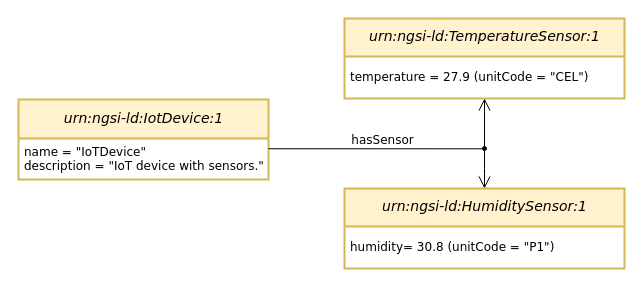
Before: page "instance" (2 of 3) of resources/images/iot-sensors-information-model.drawio in giros-dit/ngsi-ld-client-tester, a draw.io diagram. Source tidied: cells renumbered, new cells numbered last; positions are measured from the earlier drawing's top-left corner, leaving out a move shared by most shapes. Both pictures are drawn from the tidied source at 100%, with x=0, y=0 at pixel (18, 18).
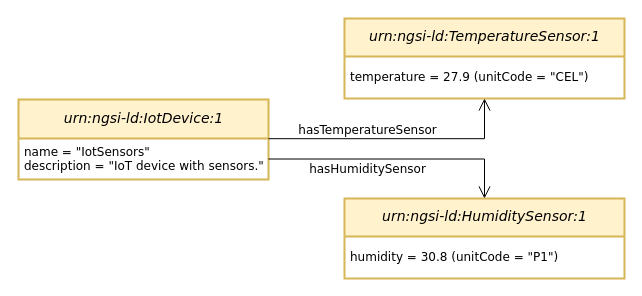
Above is the later version.

The edit, as a diff of the source:
```diff
@@
 <mxGraphModel>
   <root>
     <mxCell id="0" />
     <mxCell id="1" parent="0" />
     <mxCell id="2" value="&lt;i style=&quot;&quot;&gt;&lt;font face=&quot;Verdana&quot;&gt;urn:ngsi-ld:IotDevice:1&lt;/font&gt;&lt;/i&gt;" style="swimlane;horizontal=1;startSize=39;rounded=0;fontSize=14;fontStyle=0;strokeWidth=2;shadow=0;dashed=0;align=center;fillColor=#fff2cc;strokeColor=#d6b656;arcSize=19;spacingBottom=2;html=1;" parent="1" vertex="1">
       <mxGeometry y="81" width="250" height="80" as="geometry" />
     </mxCell>
-    <mxCell id="3" value="name = &quot;IoTDevice&quot;&lt;br&gt;description = &quot;IoT device with sensors.&lt;span style=&quot;background-color: initial;&quot;&gt;&quot;&lt;/span&gt;" style="align=left;strokeColor=none;fillColor=none;spacingLeft=4;fontSize=12;verticalAlign=top;html=1;fontFamily=Verdana;" parent="2" vertex="1">
+    <mxCell id="3" value="name = &quot;IotSensors&quot;&lt;br&gt;description = &quot;IoT device with sensors.&lt;span style=&quot;background-color: initial;&quot;&gt;&quot;&lt;/span&gt;" style="align=left;strokeColor=none;fillColor=none;spacingLeft=4;fontSize=12;verticalAlign=top;html=1;fontFamily=Verdana;" parent="2" vertex="1">
       <mxGeometry y="39" width="250" height="41" as="geometry" />
     </mxCell>
     <mxCell id="4" value="&lt;i style=&quot;border-color: var(--border-color);&quot;&gt;&lt;font face=&quot;Verdana&quot;&gt;urn:ngsi-ld:TemperatureSensor:1&lt;/font&gt;&lt;/i&gt;" style="swimlane;horizontal=1;startSize=38;rounded=0;fontSize=14;fontStyle=2;strokeWidth=2;shadow=0;dashed=0;align=center;fillColor=#fff2cc;strokeColor=#d6b656;spacingBottom=2;arcSize=19;fixDash=0;backgroundOutline=0;enumerate=0;noLabel=0;html=1;" parent="1" vertex="1">
       <mxGeometry x="326" width="280" height="80" as="geometry" />
     </mxCell>
     <mxCell id="5" value="temperature =&amp;nbsp;27.9 (unitCode = &quot;CEL&quot;)" style="align=left;strokeColor=none;fillColor=none;spacingLeft=4;fontSize=12;verticalAlign=middle;spacingBottom=0;html=1;fontFamily=Verdana;spacing=2;horizontal=1;" parent="4" vertex="1">
       <mxGeometry y="38" width="280" height="42" as="geometry" />
     </mxCell>
     <mxCell id="6" value="&lt;i style=&quot;border-color: var(--border-color);&quot;&gt;&lt;font face=&quot;Verdana&quot;&gt;urn:ngsi-ld:HumiditySensor:1&lt;/font&gt;&lt;/i&gt;" style="swimlane;horizontal=1;startSize=38;rounded=0;fontSize=14;fontStyle=2;strokeWidth=2;shadow=0;dashed=0;align=center;fillColor=#fff2cc;strokeColor=#d6b656;spacingBottom=2;arcSize=19;fixDash=0;backgroundOutline=0;enumerate=0;noLabel=0;html=1;" parent="1" vertex="1">
-      <mxGeometry x="326" y="170" width="280" height="80" as="geometry" />
+      <mxGeometry x="326" y="180" width="280" height="80" as="geometry" />
     </mxCell>
-    <mxCell id="7" value="humidity=&amp;nbsp;30.8 (unitCode = &quot;P1&quot;)" style="align=left;strokeColor=none;fillColor=none;spacingLeft=4;fontSize=12;verticalAlign=middle;spacingBottom=0;html=1;fontFamily=Verdana;spacing=2;horizontal=1;" parent="6" vertex="1">
+    <mxCell id="7" value="humidity = 30.8 (unitCode = &quot;P1&quot;)" style="align=left;strokeColor=none;fillColor=none;spacingLeft=4;fontSize=12;verticalAlign=middle;spacingBottom=0;html=1;fontFamily=Verdana;spacing=2;horizontal=1;" parent="6" vertex="1">
       <mxGeometry y="38" width="280" height="42" as="geometry" />
     </mxCell>
-    <mxCell id="8" style="edgeStyle=orthogonalEdgeStyle;rounded=0;jumpSize=8;jettySize=auto;html=1;fontFamily=Verdana;fontSize=12;fontColor=#000000;startArrow=open;startFill=0;endArrow=oval;endFill=1;startSize=10;endSize=4;exitX=0.5;exitY=0;exitDx=0;exitDy=0;strokeWidth=1;" parent="1" edge="1" source="6">
-      <mxGeometry x="0.07" y="-11" relative="1" as="geometry">
-        <mxPoint x="466" y="130" as="targetPoint" />
-        <Array as="points">
-          <mxPoint x="466" y="150" />
-          <mxPoint x="466" y="150" />
-        </Array>
-      </mxGeometry>
-    </mxCell>
-    <mxCell id="9" style="edgeStyle=orthogonalEdgeStyle;rounded=0;jettySize=auto;html=1;exitX=1;exitY=0.25;exitDx=0;exitDy=0;entryX=0.5;entryY=1;entryDx=0;entryDy=0;endArrow=open;endFill=0;startSize=4;endSize=10;" parent="1" edge="1" source="3" target="5">
-      <mxGeometry relative="1" as="geometry">
-        <Array as="points">
-          <mxPoint x="466" y="130" />
-        </Array>
-      </mxGeometry>
-    </mxCell>
-    <mxCell id="10" value="&lt;font style=&quot;font-size: 12px;&quot; face=&quot;Verdana&quot;&gt;hasSensor&lt;/font&gt;" style="edgeLabel;html=1;align=center;verticalAlign=middle;" parent="9" vertex="1">
-      <mxGeometry x="0.01" y="1" relative="1" as="geometry">
-        <mxPoint x="-21" y="-8" as="offset" />
-      </mxGeometry>
-    </mxCell>
+    <mxCell id="11" style="edgeStyle=orthogonalEdgeStyle;rounded=0;jettySize=auto;html=1;exitX=1;exitY=0.25;exitDx=0;exitDy=0;endArrow=open;endFill=0;startSize=4;endSize=10;entryX=0.5;entryY=1;entryDx=0;entryDy=0;" parent="1" edge="1" target="5">
+      <mxGeometry relative="1" as="geometry">
+        <mxPoint x="250" y="120.2" as="sourcePoint" />
+        <Array as="points">
+          <mxPoint x="466" y="120" />
+        </Array>
+      </mxGeometry>
+    </mxCell>
+    <mxCell id="12" value="&lt;font face=&quot;Verdana&quot; style=&quot;font-size: 12px;&quot;&gt;hasTemperatureSensor&lt;/font&gt;" style="edgeLabel;html=1;align=center;verticalAlign=middle;" parent="11" vertex="1">
+      <mxGeometry x="0.01" y="1" relative="1" as="geometry">
+        <mxPoint x="-31" y="-8" as="offset" />
+      </mxGeometry>
+    </mxCell>
+    <mxCell id="13" style="edgeStyle=orthogonalEdgeStyle;rounded=0;jettySize=auto;html=1;endArrow=open;endFill=0;startSize=4;endSize=10;exitX=1;exitY=0.5;exitDx=0;exitDy=0;entryX=0.5;entryY=0;entryDx=0;entryDy=0;" parent="1" edge="1" source="3" target="6">
+      <mxGeometry relative="1" as="geometry">
+        <Array as="points">
+          <mxPoint x="466" y="141" />
+        </Array>
+      </mxGeometry>
+    </mxCell>
+    <mxCell id="14" value="&lt;font face=&quot;Verdana&quot; style=&quot;font-size: 12px;&quot;&gt;hasHumiditySensor&lt;/font&gt;" style="edgeLabel;html=1;align=center;verticalAlign=middle;" parent="13" vertex="1">
+      <mxGeometry x="0.01" y="1" relative="1" as="geometry">
+        <mxPoint x="-31" y="11" as="offset" />
+      </mxGeometry>
+    </mxCell>
   </root>
 </mxGraphModel>
```
